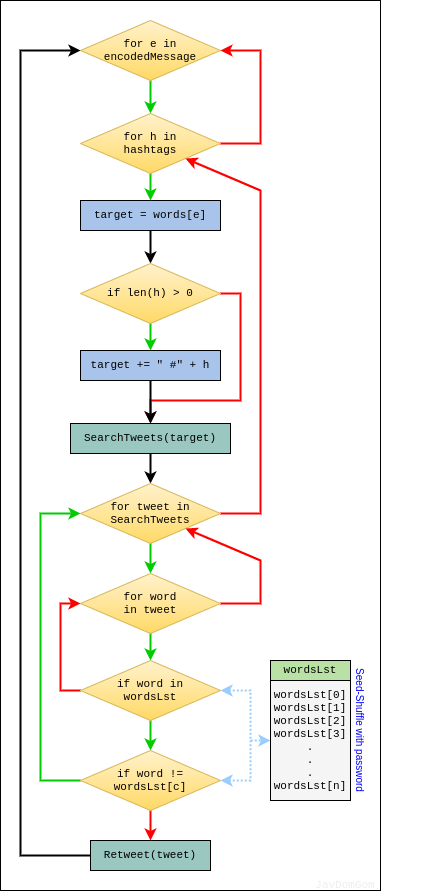
Above: img/how_it_works/send_01.png in JavDomGom/ste-go-twitter (draw.io), before the change. Source tidied: cells renumbered, new cells last; positions are measured from the earlier drawing's top-left corner, leaving out a move shared by most shapes.
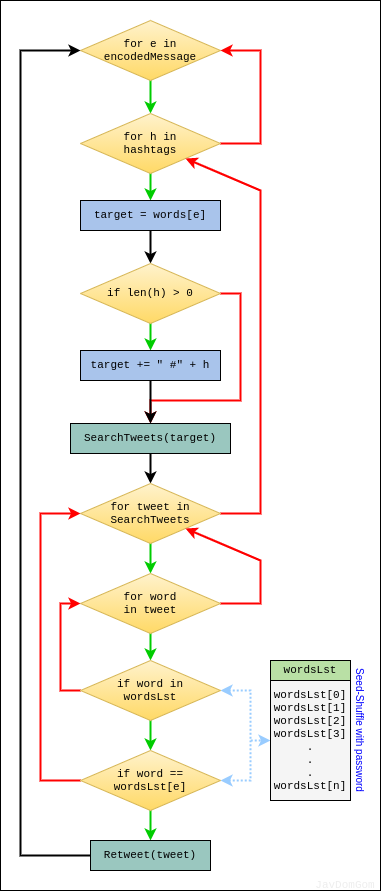
After the change.

Commit message:
Update send schema image and README.md file.

The edit, as a diff of the source:
```diff
@@ -92,7 +92,7 @@
     <mxCell id="24" style="edgeStyle=orthogonalEdgeStyle;rounded=0;jettySize=auto;html=1;exitX=0;exitY=0.5;exitDx=0;exitDy=0;entryX=0;entryY=0.5;entryDx=0;entryDy=0;strokeWidth=2;strokeColor=#FF0000;" parent="1" edge="1" source="26" target="22">
       <mxGeometry relative="1" as="geometry" />
     </mxCell>
-    <mxCell id="25" style="edgeStyle=orthogonalEdgeStyle;rounded=0;jettySize=auto;html=1;exitX=1;exitY=0.5;exitDx=0;exitDy=0;startArrow=classic;startFill=1;strokeWidth=2;fontSize=12;fontColor=#000000;dashed=1;dashPattern=1 1;strokeColor=#99CCFF;entryX=0;entryY=0.5;entryDx=0;entryDy=0;" parent="1" edge="1" source="26" target="36">
+    <mxCell id="25" style="edgeStyle=orthogonalEdgeStyle;rounded=0;jettySize=auto;html=1;exitX=1;exitY=0.5;exitDx=0;exitDy=0;startArrow=classic;startFill=1;strokeWidth=2;fontSize=12;fontColor=#000000;dashed=1;dashPattern=1 1;strokeColor=#99CCFF;entryX=0;entryY=0.5;entryDx=0;entryDy=0;" parent="1" edge="1" source="26" target="35">
       <mxGeometry relative="1" as="geometry">
         <Array as="points">
           <mxPoint x="250" y="690" />
@@ -103,7 +103,7 @@
     <mxCell id="26" value="if word in&lt;br style=&quot;font-size: 11px;&quot;&gt;wordsLst" style="rhombus;whiteSpace=wrap;html=1;shadow=0;glass=0;labelBackgroundColor=none;fontFamily=Courier New;fontSize=11;align=center;gradientColor=#ffd966;fillColor=#fff2cc;strokeColor=#d6b656;" parent="1" vertex="1">
       <mxGeometry x="80" y="660" width="140" height="60" as="geometry" />
     </mxCell>
-    <mxCell id="27" style="edgeStyle=orthogonalEdgeStyle;rounded=0;jettySize=auto;html=1;exitX=0;exitY=0.5;exitDx=0;exitDy=0;startArrow=none;startFill=0;strokeWidth=2;fontSize=12;fontColor=#000000;strokeColor=#00CC00;entryX=0;entryY=0.5;entryDx=0;entryDy=0;" parent="1" edge="1" source="30" target="19">
+    <mxCell id="27" style="edgeStyle=orthogonalEdgeStyle;rounded=0;jettySize=auto;html=1;exitX=0;exitY=0.5;exitDx=0;exitDy=0;startArrow=none;startFill=0;strokeWidth=2;fontSize=12;fontColor=#000000;entryX=0;entryY=0.5;entryDx=0;entryDy=0;strokeColor=#FF0000;" parent="1" edge="1" source="30" target="19">
       <mxGeometry relative="1" as="geometry">
         <Array as="points">
           <mxPoint x="40" y="780" />
@@ -111,7 +111,7 @@
         </Array>
       </mxGeometry>
     </mxCell>
-    <mxCell id="28" style="edgeStyle=orthogonalEdgeStyle;rounded=0;jettySize=auto;html=1;exitX=0.5;exitY=1;exitDx=0;exitDy=0;entryX=0.5;entryY=0;entryDx=0;entryDy=0;startArrow=none;startFill=0;strokeWidth=2;fontSize=12;fontColor=#000000;strokeColor=#FF0000;" parent="1" edge="1" source="30" target="32">
+    <mxCell id="28" style="edgeStyle=orthogonalEdgeStyle;rounded=0;jettySize=auto;html=1;exitX=0.5;exitY=1;exitDx=0;exitDy=0;entryX=0.5;entryY=0;entryDx=0;entryDy=0;startArrow=none;startFill=0;strokeWidth=2;fontSize=12;fontColor=#000000;strokeColor=#00CC00;" parent="1" edge="1" source="30" target="32">
       <mxGeometry relative="1" as="geometry" />
     </mxCell>
     <mxCell id="29" style="edgeStyle=orthogonalEdgeStyle;rounded=0;jettySize=auto;html=1;exitX=1;exitY=0.5;exitDx=0;exitDy=0;dashed=1;dashPattern=1 1;startArrow=classic;startFill=1;strokeColor=#99CCFF;strokeWidth=2;fontSize=12;fontColor=#000000;endArrow=none;endFill=0;" parent="1" edge="1" source="30">
@@ -119,7 +119,7 @@
         <mxPoint x="250" y="740" as="targetPoint" />
       </mxGeometry>
     </mxCell>
-    <mxCell id="30" value="if word !=&lt;br style=&quot;font-size: 11px;&quot;&gt;wordsLst[c]" style="rhombus;whiteSpace=wrap;html=1;shadow=0;glass=0;labelBackgroundColor=none;fontFamily=Courier New;fontSize=11;align=center;gradientColor=#ffd966;fillColor=#fff2cc;strokeColor=#d6b656;" parent="1" vertex="1">
+    <mxCell id="30" value="if word ==&lt;br style=&quot;font-size: 11px&quot;&gt;wordsLst[e]" style="rhombus;whiteSpace=wrap;html=1;shadow=0;glass=0;labelBackgroundColor=none;fontFamily=Courier New;fontSize=11;align=center;gradientColor=#ffd966;fillColor=#fff2cc;strokeColor=#d6b656;" parent="1" vertex="1">
       <mxGeometry x="80" y="750" width="140" height="60" as="geometry" />
     </mxCell>
     <mxCell id="31" style="edgeStyle=orthogonalEdgeStyle;rounded=0;jettySize=auto;html=1;exitX=0;exitY=0.5;exitDx=0;exitDy=0;startArrow=none;startFill=0;strokeWidth=2;fontSize=12;fontColor=#000000;entryX=0;entryY=0.5;entryDx=0;entryDy=0;" parent="1" edge="1" source="32" target="4">
@@ -136,17 +136,14 @@
     <mxCell id="33" value="JavDomGom" style="text;html=1;strokeColor=none;fillColor=none;align=center;verticalAlign=middle;whiteSpace=wrap;rounded=0;fontFamily=Courier New;fontSize=11;glass=0;shadow=0;labelBorderColor=none;labelBackgroundColor=none;fontColor=#EDEDED;" parent="1" vertex="1">
       <mxGeometry x="310" y="880" width="70" height="10" as="geometry" />
     </mxCell>
-    <mxCell id="34" style="group;" parent="1" vertex="1">
-      <mxGeometry x="270" y="660" width="160" height="140" as="geometry" />
+    <mxCell id="34" value="wordsLst" style="rounded=0;whiteSpace=wrap;html=1;shadow=0;glass=0;labelBackgroundColor=none;strokeColor=#000000;fontFamily=Courier New;fontSize=11;fontColor=#000000;align=center;fillColor=#B9E0A5;" parent="1" vertex="1">
+      <mxGeometry x="270" y="660" width="80" height="20" as="geometry" />
     </mxCell>
-    <mxCell id="35" value="wordsLst" style="rounded=0;whiteSpace=wrap;html=1;shadow=0;glass=0;labelBackgroundColor=none;strokeColor=#000000;fontFamily=Courier New;fontSize=11;fontColor=#000000;align=center;fillColor=#B9E0A5;" parent="34" vertex="1">
-      <mxGeometry width="80" height="20" as="geometry" />
+    <mxCell id="35" value="wordsLst[0]&lt;br style=&quot;font-size: 11px;&quot;&gt;wordsLst[1]&lt;br style=&quot;font-size: 11px;&quot;&gt;wordsLst[2]&lt;br style=&quot;font-size: 11px;&quot;&gt;wordsLst[3]&lt;br style=&quot;font-size: 11px;&quot;&gt;.&lt;br style=&quot;font-size: 11px;&quot;&gt;.&lt;br style=&quot;font-size: 11px;&quot;&gt;.&lt;br style=&quot;font-size: 11px;&quot;&gt;wordsLst[n]" style="rounded=0;whiteSpace=wrap;html=1;shadow=0;glass=0;labelBackgroundColor=none;strokeColor=#000000;fontFamily=Courier New;fontSize=11;fontColor=#000000;align=center;fillColor=#F5F5F5;" parent="1" vertex="1">
+      <mxGeometry x="270" y="680" width="80" height="120" as="geometry" />
     </mxCell>
-    <mxCell id="36" value="wordsLst[0]&lt;br style=&quot;font-size: 11px;&quot;&gt;wordsLst[1]&lt;br style=&quot;font-size: 11px;&quot;&gt;wordsLst[2]&lt;br style=&quot;font-size: 11px;&quot;&gt;wordsLst[3]&lt;br style=&quot;font-size: 11px;&quot;&gt;.&lt;br style=&quot;font-size: 11px;&quot;&gt;.&lt;br style=&quot;font-size: 11px;&quot;&gt;.&lt;br style=&quot;font-size: 11px;&quot;&gt;wordsLst[n]" style="rounded=0;whiteSpace=wrap;html=1;shadow=0;glass=0;labelBackgroundColor=none;strokeColor=#000000;fontFamily=Courier New;fontSize=11;fontColor=#000000;align=center;fillColor=#F5F5F5;" parent="34" vertex="1">
-      <mxGeometry y="20" width="80" height="120" as="geometry" />
+    <mxCell id="36" value="Seed-Shuffle with password" style="text;html=1;strokeColor=none;fillColor=none;align=center;verticalAlign=middle;whiteSpace=wrap;rounded=0;fontSize=10;rotation=90;fontColor=#0000FF;" parent="1" vertex="1">
+      <mxGeometry x="290" y="720" width="140" height="20" as="geometry" />
     </mxCell>
-    <mxCell id="37" value="Seed-Shuffle with password" style="text;html=1;strokeColor=none;fillColor=none;align=center;verticalAlign=middle;whiteSpace=wrap;rounded=0;fontSize=10;rotation=90;fontColor=#0000FF;" parent="34" vertex="1">
-      <mxGeometry x="20" y="60" width="140" height="20" as="geometry" />
-    </mxCell>
   </root>
 </mxGraphModel>
```
